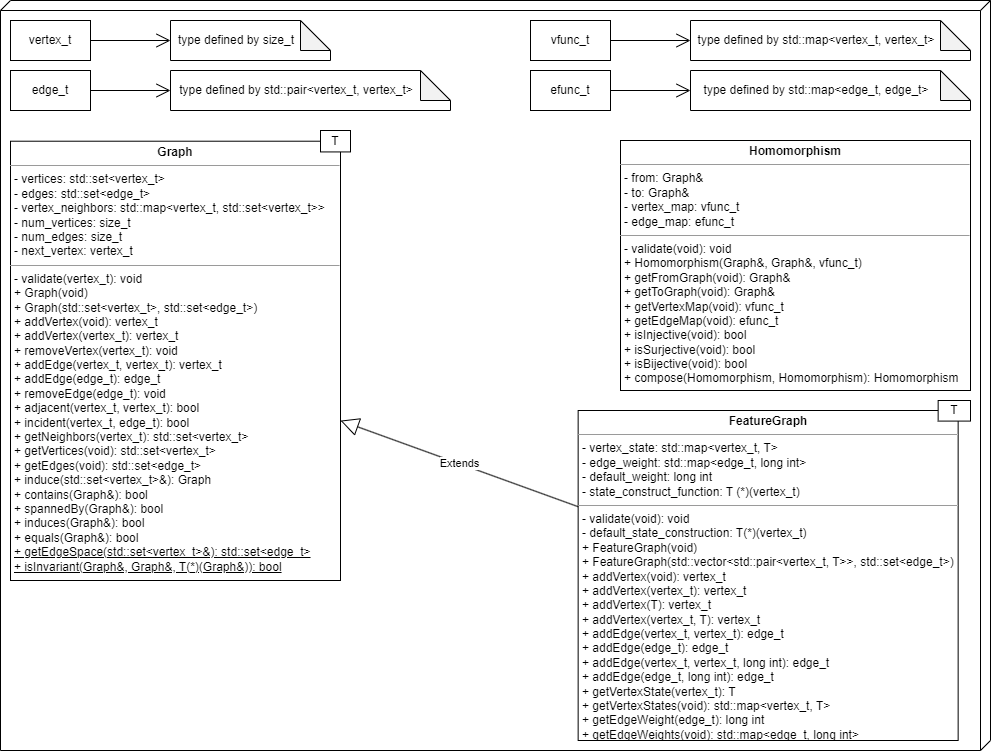
The draw.io diagram docs/i2_uml.png in mwhicks-dev/grapph, before a commit. Source tidied: cells renumbered, new cells last; positions are measured from the earlier drawing's top-left corner, leaving out a move shared by most shapes.
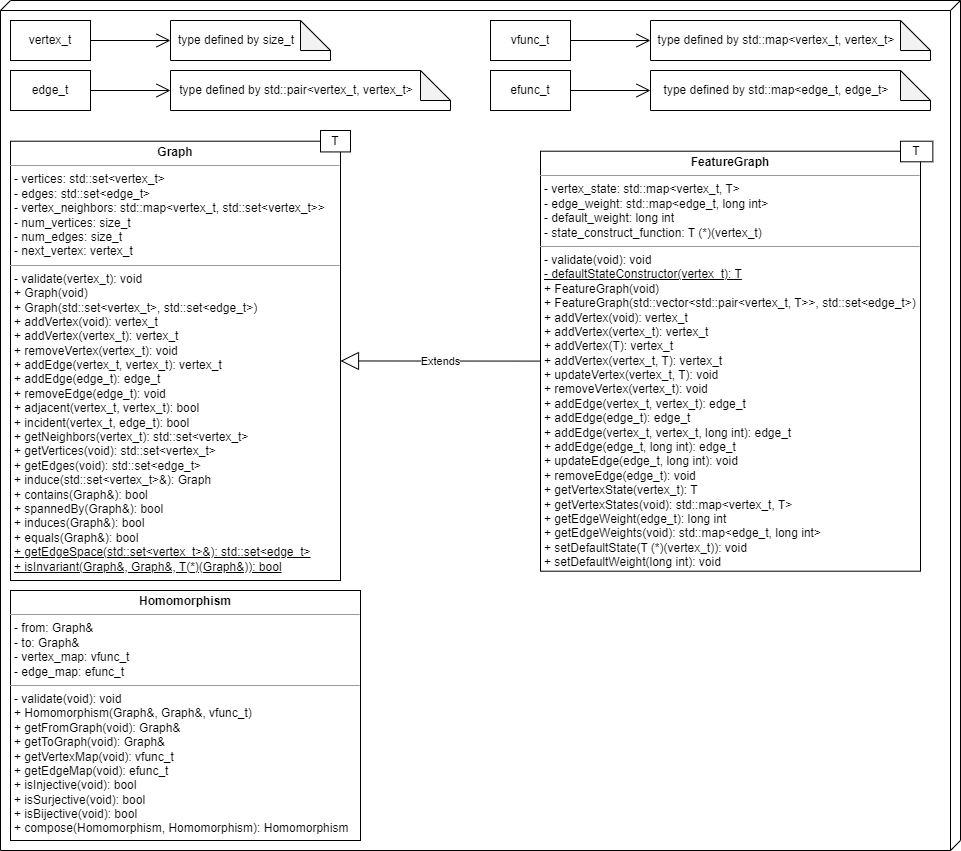
After the change.

Commit message:
Additions to I2 UML

Change to the diagram source:
```diff
@@ -3,7 +3,7 @@
     <mxCell id="0" />
     <mxCell id="1" parent="0" />
     <mxCell id="2" style="verticalAlign=top;align=left;spacingTop=8;spacingLeft=2;spacingRight=12;shape=cube;size=10;direction=south;fontStyle=4;html=1;whiteSpace=wrap;" parent="1" vertex="1">
-      <mxGeometry width="990" height="750" as="geometry" />
+      <mxGeometry width="960" height="850" as="geometry" />
     </mxCell>
     <mxCell id="3" style="group;" parent="1" vertex="1">
       <mxGeometry x="10" y="130" width="340" height="450" as="geometry" />
@@ -36,16 +36,16 @@
       <mxGeometry relative="1" as="geometry" />
     </mxCell>
     <mxCell id="13" value="vfunc_t" style="html=1;whiteSpace=wrap;" parent="1" vertex="1">
-      <mxGeometry x="530" y="20" width="80" height="40" as="geometry" />
+      <mxGeometry x="490" y="20" width="80" height="40" as="geometry" />
     </mxCell>
     <mxCell id="14" value="efunc_t" style="html=1;whiteSpace=wrap;" parent="1" vertex="1">
-      <mxGeometry x="530" y="70" width="80" height="40" as="geometry" />
+      <mxGeometry x="490" y="70" width="80" height="40" as="geometry" />
     </mxCell>
     <mxCell id="15" value="type defined by std::map&amp;lt;vertex_t, vertex_t&amp;gt;" style="shape=note;whiteSpace=wrap;html=1;backgroundOutline=1;darkOpacity=0.05;spacingRight=28;" parent="1" vertex="1">
-      <mxGeometry x="690" y="20" width="280" height="40" as="geometry" />
+      <mxGeometry x="650" y="20" width="280" height="40" as="geometry" />
     </mxCell>
     <mxCell id="16" value="type defined by std::map&amp;lt;edge_t, edge_t&amp;gt;" style="shape=note;whiteSpace=wrap;html=1;backgroundOutline=1;darkOpacity=0.05;spacingRight=28;" parent="1" vertex="1">
-      <mxGeometry x="690" y="70" width="280" height="40" as="geometry" />
+      <mxGeometry x="650" y="70" width="280" height="40" as="geometry" />
     </mxCell>
     <mxCell id="17" style="endArrow=open;endFill=1;endSize=12;html=1;rounded=0;" parent="1" edge="1" source="13" target="15">
       <mxGeometry relative="1" as="geometry" />
@@ -54,16 +54,19 @@
       <mxGeometry relative="1" as="geometry" />
     </mxCell>
     <mxCell id="19" value="&lt;p style=&quot;margin:0px;margin-top:4px;text-align:center;&quot;&gt;&lt;b&gt;Homomorphism&lt;/b&gt;&lt;/p&gt;&lt;hr size=&quot;1&quot;&gt;&lt;p style=&quot;margin:0px;margin-left:4px;&quot;&gt;- from: Graph&amp;amp;&lt;/p&gt;&lt;p style=&quot;margin:0px;margin-left:4px;&quot;&gt;- to: Graph&amp;amp;&lt;/p&gt;&lt;p style=&quot;margin:0px;margin-left:4px;&quot;&gt;- vertex_map: vfunc_t&lt;/p&gt;&lt;p style=&quot;margin:0px;margin-left:4px;&quot;&gt;- edge_map: efunc_t&lt;/p&gt;&lt;hr size=&quot;1&quot;&gt;&lt;p style=&quot;margin:0px;margin-left:4px;&quot;&gt;- validate(void): void&lt;br&gt;&lt;/p&gt;&lt;p style=&quot;margin:0px;margin-left:4px;&quot;&gt;+ Homomorphism(Graph&amp;amp;, Graph&amp;amp;, vfunc_t)&lt;/p&gt;&lt;p style=&quot;margin:0px;margin-left:4px;&quot;&gt;+ getFromGraph(void): Graph&amp;amp;&lt;/p&gt;&lt;p style=&quot;margin:0px;margin-left:4px;&quot;&gt;+ getToGraph(void): Graph&amp;amp;&lt;/p&gt;&lt;p style=&quot;margin:0px;margin-left:4px;&quot;&gt;+ getVertexMap(void): vfunc_t&lt;/p&gt;&lt;p style=&quot;margin:0px;margin-left:4px;&quot;&gt;+ getEdgeMap(void): efunc_t&lt;/p&gt;&lt;p style=&quot;margin:0px;margin-left:4px;&quot;&gt;+ isInjective(void): bool&lt;/p&gt;&lt;p style=&quot;margin:0px;margin-left:4px;&quot;&gt;+ isSurjective(void): bool&lt;/p&gt;&lt;p style=&quot;margin:0px;margin-left:4px;&quot;&gt;+ isBijective(void): bool&lt;/p&gt;&lt;p style=&quot;margin:0px;margin-left:4px;&quot;&gt;+ compose(Homomorphism, Homomorphism): Homomorphism&lt;/p&gt;" style="verticalAlign=top;align=left;overflow=fill;fontSize=12;fontFamily=Helvetica;html=1;whiteSpace=wrap;" parent="1" vertex="1">
-      <mxGeometry x="620" y="140" width="350" height="250" as="geometry" />
+      <mxGeometry x="10" y="590" width="350" height="250" as="geometry" />
     </mxCell>
+    <mxCell id="22" value="Extends" style="endArrow=block;endSize=16;endFill=0;html=1;rounded=0;" parent="1" edge="1" source="20" target="5">
+      <mxGeometry relative="1" as="geometry" />
+    </mxCell>
+    <mxCell id="23" style="group;" parent="1" vertex="1">
+      <mxGeometry x="540" y="140.7" width="392.4" height="430" as="geometry" />
+    </mxCell>
-    <mxCell id="20" value="&lt;p style=&quot;margin:0px;margin-top:4px;text-align:center;&quot;&gt;&lt;b&gt;FeatureGraph&lt;/b&gt;&lt;/p&gt;&lt;hr size=&quot;1&quot;&gt;&lt;p style=&quot;margin:0px;margin-left:4px;&quot;&gt;- vertex_state: std::map&amp;lt;vertex_t, T&amp;gt;&lt;/p&gt;&lt;p style=&quot;margin:0px;margin-left:4px;&quot;&gt;- edge_weight: std::map&amp;lt;edge_t, long int&amp;gt;&lt;/p&gt;&lt;p style=&quot;margin:0px;margin-left:4px;&quot;&gt;- default_weight: long int&lt;/p&gt;&lt;p style=&quot;margin:0px;margin-left:4px;&quot;&gt;- state_construct_function: T (*)(vertex_t)&lt;/p&gt;&lt;hr size=&quot;1&quot;&gt;&lt;p style=&quot;margin:0px;margin-left:4px;&quot;&gt;- validate(void): void&lt;/p&gt;&lt;p style=&quot;margin:0px;margin-left:4px;&quot;&gt;- default_state_construction: T(*)(vertex_t)&lt;/p&gt;&lt;p style=&quot;margin:0px;margin-left:4px;&quot;&gt;+ FeatureGraph(void)&lt;/p&gt;&lt;p style=&quot;margin:0px;margin-left:4px;&quot;&gt;+ FeatureGraph(std::vector&amp;lt;std::pair&amp;lt;vertex_t, T&amp;gt;&amp;gt;, std::set&amp;lt;edge_t&amp;gt;)&lt;/p&gt;&lt;p style=&quot;margin:0px;margin-left:4px;&quot;&gt;+ addVertex(void): vertex_t&lt;/p&gt;&lt;p style=&quot;margin:0px;margin-left:4px;&quot;&gt;+ addVertex(vertex_t): vertex_t&lt;/p&gt;&lt;p style=&quot;margin:0px;margin-left:4px;&quot;&gt;+ addVertex(T): vertex_t&lt;/p&gt;&lt;p style=&quot;margin:0px;margin-left:4px;&quot;&gt;+ addVertex(vertex_t, T): vertex_t&lt;/p&gt;&lt;p style=&quot;margin:0px;margin-left:4px;&quot;&gt;+ addEdge(vertex_t, vertex_t): edge_t&lt;/p&gt;&lt;p style=&quot;margin:0px;margin-left:4px;&quot;&gt;+ addEdge(edge_t): edge_t&lt;/p&gt;&lt;p style=&quot;margin:0px;margin-left:4px;&quot;&gt;+ addEdge(vertex_t, vertex_t, long int): edge_t&lt;/p&gt;&lt;p style=&quot;margin:0px;margin-left:4px;&quot;&gt;+ addEdge(edge_t, long int): edge_t&lt;/p&gt;&lt;p style=&quot;margin:0px;margin-left:4px;&quot;&gt;+ getVertexState(vertex_t): T&lt;/p&gt;&lt;p style=&quot;margin:0px;margin-left:4px;&quot;&gt;+ getVertexStates(void): std::map&amp;lt;vertex_t, T&amp;gt;&lt;/p&gt;&lt;p style=&quot;margin:0px;margin-left:4px;&quot;&gt;+ getEdgeWeight(edge_t): long int&lt;/p&gt;&lt;p style=&quot;margin:0px;margin-left:4px;&quot;&gt;+ getEdgeWeights(void): std::map&amp;lt;edge_t, long int&amp;gt;&lt;/p&gt;" style="verticalAlign=top;align=left;overflow=fill;fontSize=12;fontFamily=Helvetica;html=1;whiteSpace=wrap;" parent="1" vertex="1">
-      <mxGeometry x="577.6" y="410" width="380" height="330" as="geometry" />
+    <mxCell id="20" value="&lt;p style=&quot;margin:0px;margin-top:4px;text-align:center;&quot;&gt;&lt;b&gt;FeatureGraph&lt;/b&gt;&lt;/p&gt;&lt;hr size=&quot;1&quot;&gt;&lt;p style=&quot;margin:0px;margin-left:4px;&quot;&gt;- vertex_state: std::map&amp;lt;vertex_t, T&amp;gt;&lt;/p&gt;&lt;p style=&quot;margin:0px;margin-left:4px;&quot;&gt;- edge_weight: std::map&amp;lt;edge_t, long int&amp;gt;&lt;/p&gt;&lt;p style=&quot;margin:0px;margin-left:4px;&quot;&gt;- default_weight: long int&lt;/p&gt;&lt;p style=&quot;margin:0px;margin-left:4px;&quot;&gt;- state_construct_function: T (*)(vertex_t)&lt;/p&gt;&lt;hr size=&quot;1&quot;&gt;&lt;p style=&quot;margin:0px;margin-left:4px;&quot;&gt;- validate(void): void&lt;/p&gt;&lt;p style=&quot;margin:0px;margin-left:4px;&quot;&gt;&lt;u&gt;- defaultStateConstructor(vertex_t): T&lt;/u&gt;&lt;/p&gt;&lt;p style=&quot;margin:0px;margin-left:4px;&quot;&gt;+ FeatureGraph(void)&lt;/p&gt;&lt;p style=&quot;margin:0px;margin-left:4px;&quot;&gt;+ FeatureGraph(std::vector&amp;lt;std::pair&amp;lt;vertex_t, T&amp;gt;&amp;gt;, std::set&amp;lt;edge_t&amp;gt;)&lt;/p&gt;&lt;p style=&quot;margin:0px;margin-left:4px;&quot;&gt;+ addVertex(void): vertex_t&lt;/p&gt;&lt;p style=&quot;margin:0px;margin-left:4px;&quot;&gt;+ addVertex(vertex_t): vertex_t&lt;/p&gt;&lt;p style=&quot;margin:0px;margin-left:4px;&quot;&gt;+ addVertex(T): vertex_t&lt;/p&gt;&lt;p style=&quot;margin:0px;margin-left:4px;&quot;&gt;+ addVertex(vertex_t, T): vertex_t&lt;/p&gt;&lt;p style=&quot;margin:0px;margin-left:4px;&quot;&gt;+ updateVertex(vertex_t, T): void&lt;/p&gt;&lt;p style=&quot;margin:0px;margin-left:4px;&quot;&gt;+ removeVertex(vertex_t): void&lt;/p&gt;&lt;p style=&quot;margin:0px;margin-left:4px;&quot;&gt;+ addEdge(vertex_t, vertex_t): edge_t&lt;/p&gt;&lt;p style=&quot;margin:0px;margin-left:4px;&quot;&gt;+ addEdge(edge_t): edge_t&lt;/p&gt;&lt;p style=&quot;margin:0px;margin-left:4px;&quot;&gt;+ addEdge(vertex_t, vertex_t, long int): edge_t&lt;/p&gt;&lt;p style=&quot;margin:0px;margin-left:4px;&quot;&gt;+ addEdge(edge_t, long int): edge_t&lt;/p&gt;&lt;p style=&quot;margin:0px;margin-left:4px;&quot;&gt;+ updateEdge(edge_t, long int): void&lt;/p&gt;&lt;p style=&quot;margin:0px;margin-left:4px;&quot;&gt;+ removeEdge(edge_t): void&lt;/p&gt;&lt;p style=&quot;margin:0px;margin-left:4px;&quot;&gt;+ getVertexState(vertex_t): T&lt;/p&gt;&lt;p style=&quot;margin:0px;margin-left:4px;&quot;&gt;+ getVertexStates(void): std::map&amp;lt;vertex_t, T&amp;gt;&lt;/p&gt;&lt;p style=&quot;margin:0px;margin-left:4px;&quot;&gt;+ getEdgeWeight(edge_t): long int&lt;/p&gt;&lt;p style=&quot;margin:0px;margin-left:4px;&quot;&gt;+ getEdgeWeights(void): std::map&amp;lt;edge_t, long int&amp;gt;&lt;/p&gt;&lt;p style=&quot;margin:0px;margin-left:4px;&quot;&gt;+ setDefaultState(T (*)(vertex_t)): void&lt;/p&gt;&lt;p style=&quot;margin:0px;margin-left:4px;&quot;&gt;+ setDefaultWeight(long int): void&lt;/p&gt;" style="verticalAlign=top;align=left;overflow=fill;fontSize=12;fontFamily=Helvetica;html=1;whiteSpace=wrap;" parent="23" vertex="1">
+      <mxGeometry y="10" width="380" height="420" as="geometry" />
     </mxCell>
-    <mxCell id="21" value="T" style="rounded=0;whiteSpace=wrap;html=1;" parent="1" vertex="1">
-      <mxGeometry x="937.7" y="400" width="32.4" height="20.6" as="geometry" />
+    <mxCell id="21" value="T" style="rounded=0;whiteSpace=wrap;html=1;" parent="23" vertex="1">
+      <mxGeometry x="360" width="32.4" height="20.6" as="geometry" />
     </mxCell>
-    <mxCell id="22" value="Extends" style="endArrow=block;endSize=16;endFill=0;html=1;rounded=0;" parent="1" edge="1" source="20" target="5">
-      <mxGeometry relative="1" as="geometry" />
-    </mxCell>
   </root>
 </mxGraphModel>
```
